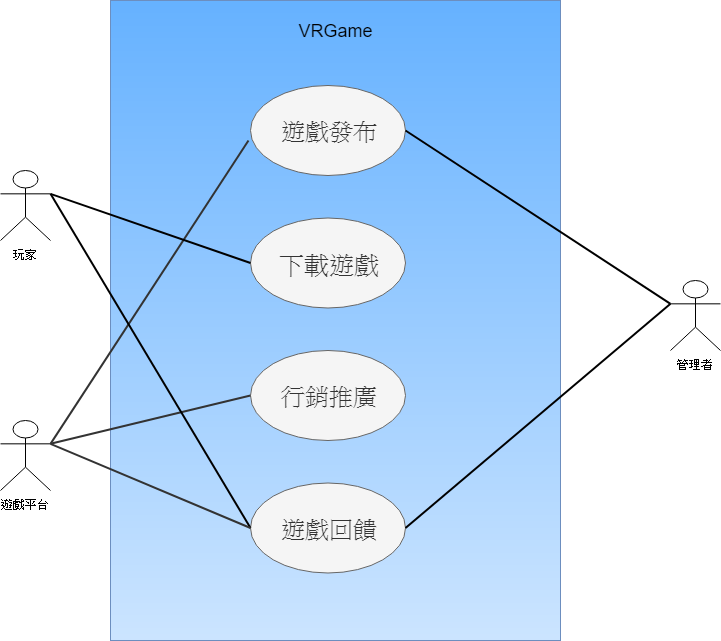
This is 使用案例圖.png from 0624036/0624036_OO, a draw.io export, as it was before one commit. Source tidied: cells renumbered, new cells last; positions are measured from the earlier drawing's top-left corner, leaving out a move shared by most shapes.
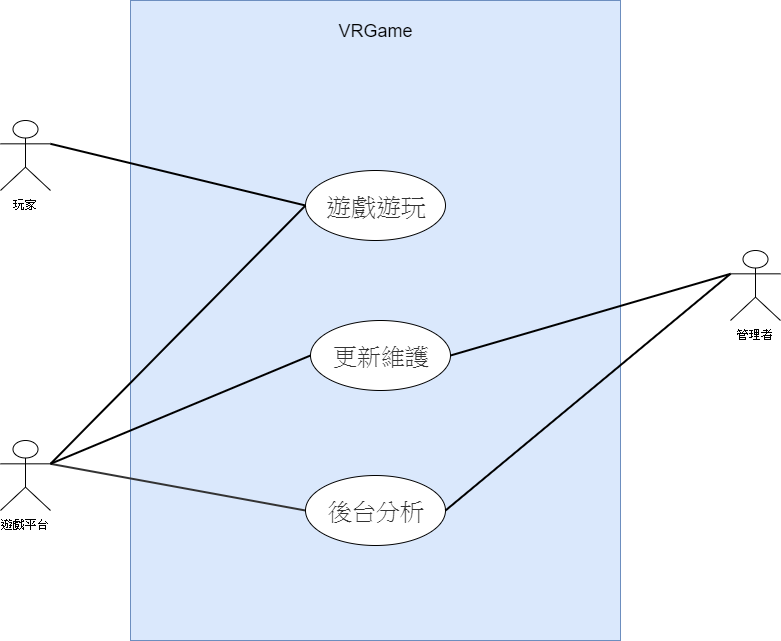
Above is the later version.

Commit message:
All使用案例圖.png

The edit, as a diff of the source:
```diff
@@ -2,53 +2,47 @@
   <root>
     <mxCell id="0" />
     <mxCell id="1" parent="0" />
-    <mxCell id="2" style="rounded=0;whiteSpace=wrap;html=1;fillColor=#66B2FF;strokeColor=#6c8ebf;align=center;gradientColor=#CCE5FF;" parent="1" vertex="1">
-      <mxGeometry x="110" width="450" height="640" as="geometry" />
+    <mxCell id="2" style="rounded=0;whiteSpace=wrap;html=1;fillColor=#dae8fc;strokeColor=#6c8ebf;align=center;" parent="1" vertex="1">
+      <mxGeometry x="110" width="490" height="640" as="geometry" />
     </mxCell>
     <mxCell id="3" value="&lt;font style=&quot;font-size: 18px&quot;&gt;VRGame&lt;/font&gt;" style="text;html=1;strokeColor=none;fillColor=none;align=center;verticalAlign=middle;whiteSpace=wrap;rounded=0;" parent="1" vertex="1">
-      <mxGeometry x="287.5" y="20" width="95" height="20" as="geometry" />
+      <mxGeometry x="307.5" y="20" width="95" height="20" as="geometry" />
     </mxCell>
-    <mxCell id="4" value="&lt;span style=&quot;font-size: 25px&quot;&gt;下載遊戲&lt;/span&gt;" style="ellipse;whiteSpace=wrap;html=1;flipV=0;flipH=0;fillColor=#f5f5f5;strokeColor=#666666;fontColor=#333333;" parent="1" vertex="1">
-      <mxGeometry x="250" y="217.5" width="155" height="90" as="geometry" />
-    </mxCell>
-    <mxCell id="5" value="&lt;font style=&quot;font-size: 24px&quot;&gt;遊戲發布&lt;/font&gt;" style="ellipse;whiteSpace=wrap;html=1;flipV=0;flipH=0;fillColor=#f5f5f5;strokeColor=#666666;fontColor=#333333;" parent="1" vertex="1">
-      <mxGeometry x="250" y="85" width="155" height="90" as="geometry" />
-    </mxCell>
-    <mxCell id="6" value="&lt;span style=&quot;font-size: 24px&quot;&gt;遊戲回饋&lt;/span&gt;" style="ellipse;whiteSpace=wrap;html=1;flipV=0;flipH=0;fillColor=#f5f5f5;strokeColor=#666666;fontColor=#333333;" parent="1" vertex="1">
-      <mxGeometry x="250" y="482.5" width="155" height="90" as="geometry" />
-    </mxCell>
-    <mxCell id="7" value="&lt;span style=&quot;font-size: 24px&quot;&gt;行銷推廣&lt;/span&gt;" style="ellipse;whiteSpace=wrap;html=1;flipV=0;flipH=0;fillColor=#f5f5f5;strokeColor=#666666;fontColor=#333333;" parent="1" vertex="1">
-      <mxGeometry x="250" y="350" width="155" height="90" as="geometry" />
-    </mxCell>
     <mxCell id="8" value="玩家" style="shape=umlActor;verticalLabelPosition=bottom;labelBackgroundColor=#ffffff;verticalAlign=top;html=1;" parent="1" vertex="1">
-      <mxGeometry y="170" width="50" height="70" as="geometry" />
+      <mxGeometry x="-20" y="120" width="50" height="70" as="geometry" />
     </mxCell>
     <mxCell id="9" value="遊戲平台" style="shape=umlActor;verticalLabelPosition=bottom;labelBackgroundColor=#ffffff;verticalAlign=top;html=1;" parent="1" vertex="1">
-      <mxGeometry y="420" width="50" height="70" as="geometry" />
+      <mxGeometry x="-20" y="440" width="50" height="70" as="geometry" />
     </mxCell>
     <mxCell id="10" value="管理者" style="shape=umlActor;verticalLabelPosition=bottom;labelBackgroundColor=#ffffff;verticalAlign=top;html=1;" parent="1" vertex="1">
-      <mxGeometry x="670" y="280" width="50" height="70" as="geometry" />
+      <mxGeometry x="710" y="250" width="50" height="70" as="geometry" />
     </mxCell>
-    <mxCell id="11" style="endArrow=none;html=1;fontSize=17;entryX=0;entryY=0.5;entryDx=0;entryDy=0;strokeWidth=2;exitX=1;exitY=0.3333333333333333;exitDx=0;exitDy=0;exitPerimeter=0;strokeColor=#333333;" parent="1" edge="1" source="9" target="7">
+    <mxCell id="11" style="endArrow=none;html=1;fontSize=17;entryX=0;entryY=0.5;entryDx=0;entryDy=0;strokeWidth=2;exitX=1;exitY=0.3333333333333333;exitDx=0;exitDy=0;exitPerimeter=0;strokeColor=#333333;" parent="1" edge="1" source="9" target="19">
       <mxGeometry relative="1" as="geometry" />
     </mxCell>
-    <mxCell id="12" style="endArrow=none;html=1;fontSize=17;entryX=1;entryY=0.5;entryDx=0;entryDy=0;strokeWidth=2;exitX=0;exitY=0.3333333333333333;exitDx=0;exitDy=0;exitPerimeter=0;" parent="1" edge="1" source="10" target="5">
-      <mxGeometry relative="1" as="geometry" />
-    </mxCell>
-    <mxCell id="13" style="endArrow=none;html=1;fontSize=17;entryX=-0.013;entryY=0.611;entryDx=0;entryDy=0;strokeWidth=2;entryPerimeter=0;exitX=1;exitY=0.3333333333333333;exitDx=0;exitDy=0;exitPerimeter=0;strokeColor=#333333;" parent="1" edge="1" source="9" target="5">
-      <mxGeometry relative="1" as="geometry" />
-    </mxCell>
-    <mxCell id="14" style="endArrow=none;html=1;fontSize=17;strokeWidth=2;entryX=1;entryY=0.5;entryDx=0;entryDy=0;exitX=0;exitY=0.3333333333333333;exitDx=0;exitDy=0;exitPerimeter=0;" parent="1" edge="1" source="10" target="6">
-      <mxGeometry relative="1" as="geometry" />
-    </mxCell>
-    <mxCell id="15" style="endArrow=none;html=1;fontSize=17;entryX=0;entryY=0.5;entryDx=0;entryDy=0;strokeWidth=2;exitX=1;exitY=0.3333333333333333;exitDx=0;exitDy=0;exitPerimeter=0;" parent="1" edge="1" source="8" target="4">
+    <mxCell id="15" style="endArrow=none;html=1;fontSize=17;entryX=0;entryY=0.5;entryDx=0;entryDy=0;strokeWidth=2;exitX=1;exitY=0.3333333333333333;exitDx=0;exitDy=0;exitPerimeter=0;" parent="1" edge="1" source="8" target="18">
       <mxGeometry relative="1" as="geometry" />
     </mxCell>
-    <mxCell id="16" style="endArrow=none;html=1;fontSize=17;entryX=0;entryY=0.5;entryDx=0;entryDy=0;strokeWidth=2;exitX=1;exitY=0.3333333333333333;exitDx=0;exitDy=0;exitPerimeter=0;" parent="1" edge="1" source="8" target="6">
-      <mxGeometry relative="1" as="geometry" />
-    </mxCell>
-    <mxCell id="17" style="endArrow=none;html=1;fontSize=17;entryX=0;entryY=0.5;entryDx=0;entryDy=0;strokeWidth=2;exitX=1;exitY=0.3333333333333333;exitDx=0;exitDy=0;exitPerimeter=0;strokeColor=#333333;" parent="1" edge="1" source="9" target="6">
-      <mxGeometry relative="1" as="geometry" />
-    </mxCell>
+    <mxCell id="18" value="&lt;span style=&quot;color: rgb(51 , 51 , 51) ; font-size: 25px&quot;&gt;遊戲遊玩&lt;/span&gt;" style="ellipse;whiteSpace=wrap;html=1;" parent="1" vertex="1">
+      <mxGeometry x="285" y="170" width="140" height="70" as="geometry" />
+    </mxCell>
+    <mxCell id="19" value="&lt;font color=&quot;#333333&quot;&gt;&lt;span style=&quot;font-size: 24px&quot;&gt;後台分析&lt;/span&gt;&lt;/font&gt;" style="ellipse;whiteSpace=wrap;html=1;" parent="1" vertex="1">
+      <mxGeometry x="285" y="475" width="140" height="70" as="geometry" />
+    </mxCell>
+    <mxCell id="20" value="&lt;font color=&quot;#333333&quot;&gt;&lt;span style=&quot;font-size: 24px&quot;&gt;更新維護&lt;/span&gt;&lt;/font&gt;" style="ellipse;whiteSpace=wrap;html=1;" parent="1" vertex="1">
+      <mxGeometry x="290" y="320" width="140" height="70" as="geometry" />
+    </mxCell>
+    <mxCell id="21" style="endArrow=none;html=1;strokeWidth=2;entryX=0;entryY=0.5;entryDx=0;entryDy=0;exitX=1;exitY=0.3333333333333333;exitDx=0;exitDy=0;exitPerimeter=0;" parent="1" edge="1" source="9" target="18">
+      <mxGeometry relative="1" as="geometry" />
+    </mxCell>
+    <mxCell id="22" style="endArrow=none;html=1;fontSize=17;entryX=0;entryY=0.3333333333333333;entryDx=0;entryDy=0;strokeWidth=2;exitX=1;exitY=0.5;exitDx=0;exitDy=0;entryPerimeter=0;" parent="1" edge="1" source="20" target="10">
+      <mxGeometry relative="1" as="geometry" />
+    </mxCell>
+    <mxCell id="23" style="endArrow=none;html=1;fontSize=17;entryX=0;entryY=0.5;entryDx=0;entryDy=0;strokeWidth=2;exitX=1;exitY=0.3333333333333333;exitDx=0;exitDy=0;exitPerimeter=0;" parent="1" edge="1" source="9" target="20">
+      <mxGeometry relative="1" as="geometry" />
+    </mxCell>
+    <mxCell id="24" style="endArrow=none;html=1;fontSize=17;entryX=0;entryY=0.3333333333333333;entryDx=0;entryDy=0;strokeWidth=2;exitX=1;exitY=0.5;exitDx=0;exitDy=0;entryPerimeter=0;" parent="1" edge="1" source="19" target="10">
+      <mxGeometry relative="1" as="geometry" />
+    </mxCell>
   </root>
 </mxGraphModel>
```
